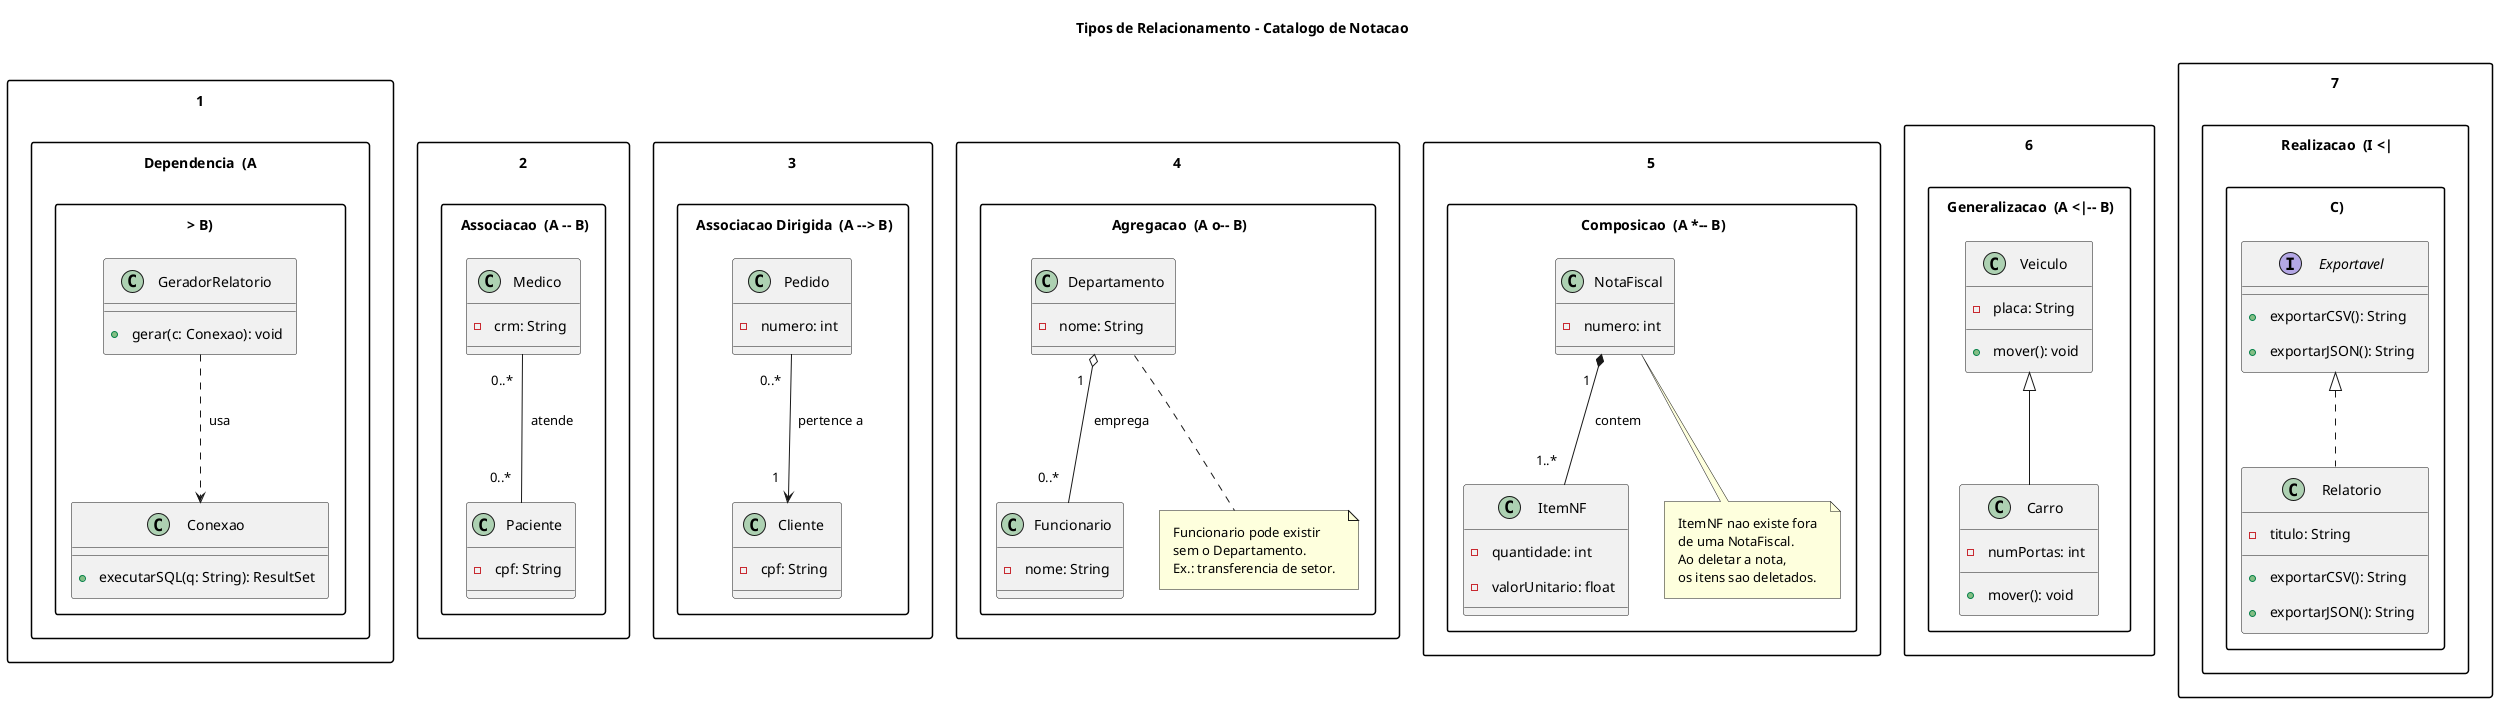
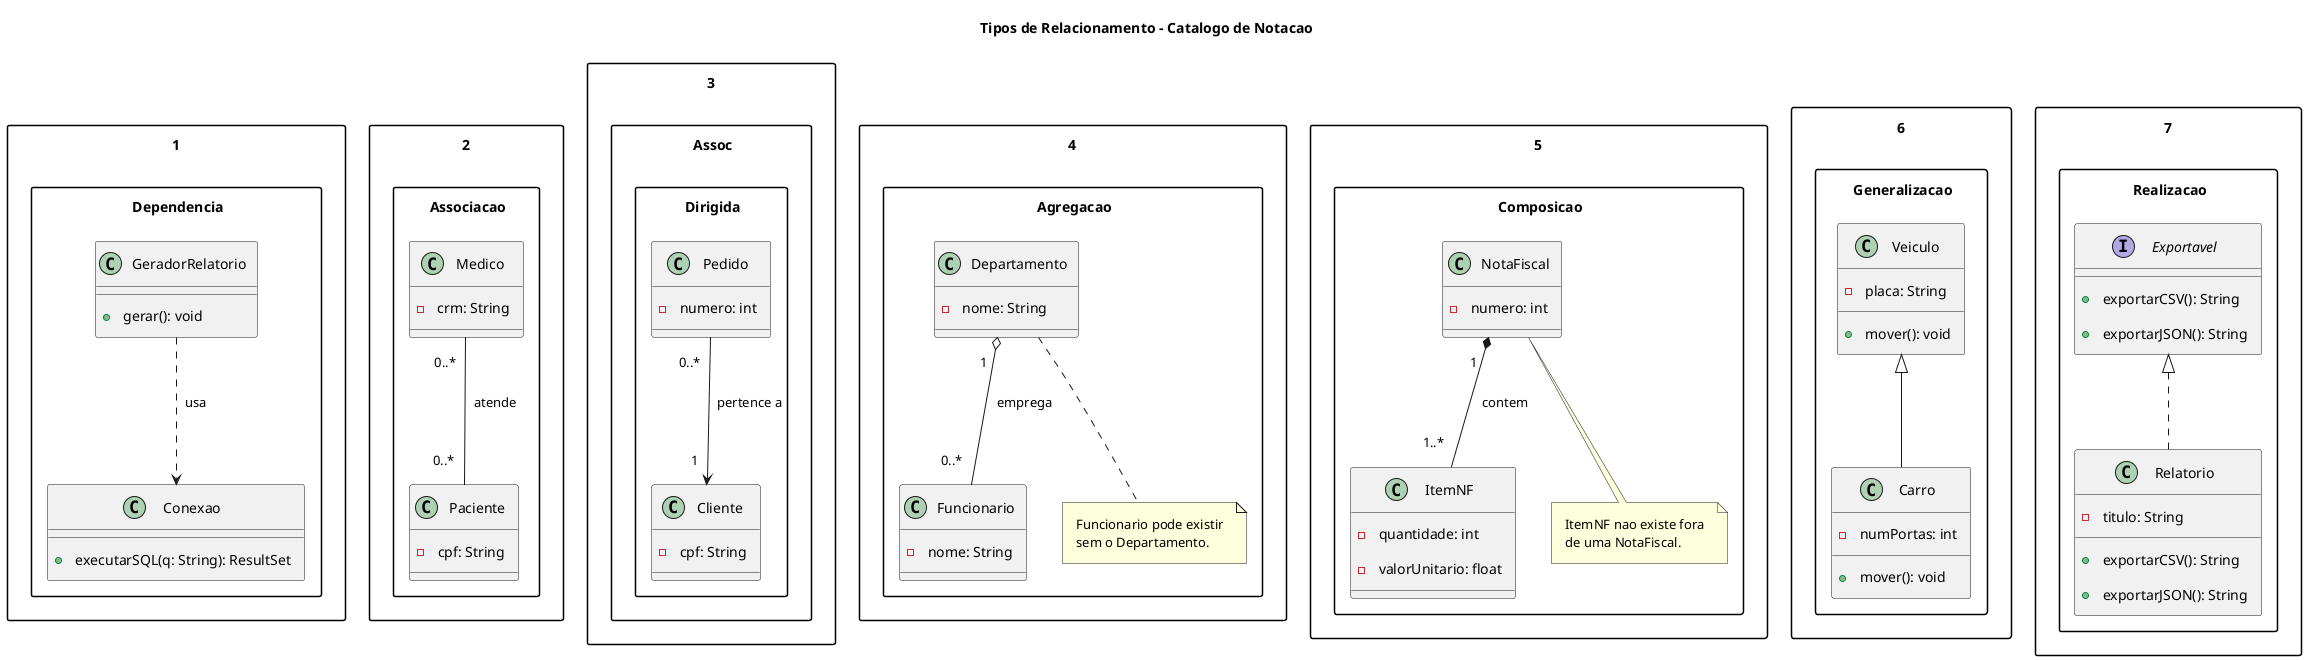
@startuml cls_relacionamentos
title Tipos de Relacionamento - Catalogo de Notacao

skinparam padding 8
skinparam packageStyle rectangle

' =============================================
' 1. DEPENDENCIA
' Notacao: A ..> B
- ' Semantica: A usa B temporariamente (parametro, variavel local).
+ ' Semantica: A usa B temporariamente.
'            Mudanca em B pode afetar A.
' =============================================
- package "1. Dependencia  (A ..> B)" {
+ package "1. Dependencia" {
    class GeradorRelatorio {
-         + gerar(c: Conexao): void
+         + gerar(): void
    }
    class Conexao {
        + executarSQL(q: String): ResultSet
    }
    GeradorRelatorio ..> Conexao : usa
}

' =============================================
' 2. ASSOCIACAO
' Notacao: A -- B  (bidirecional)
' Semantica: A e B se conhecem mutuamente.
- '            Ambos mantem referencia um ao outro.
' =============================================
- package "2. Associacao  (A -- B)" {
+ package "2. Associacao" {
    class Medico {
        - crm: String
    }
    class Paciente {
        - cpf: String
    }
    Medico "0..*" -- "0..*" Paciente : atende
}

' =============================================
' 3. ASSOCIACAO DIRIGIDA
' Notacao: A --> B  (unidirecional)
' Semantica: A conhece B, mas B nao conhece A.
- '            A mantem referencia a B.
' =============================================
- package "3. Associacao Dirigida  (A --> B)" {
+ package "3. Assoc. Dirigida" {
    class Pedido {
        - numero: int
    }
    class Cliente {
        - cpf: String
    }
    Pedido "0..*" --> "1" Cliente : pertence a
}

' =============================================
' 4. AGREGACAO
' Notacao: A o-- B  (diamante vazio em A)
' Semantica: B e parte de A, mas pode existir
'            independentemente de A.
- '            Ciclos de vida independentes.
' =============================================
- package "4. Agregacao  (A o-- B)" {
+ package "4. Agregacao" {
    class Departamento {
        - nome: String
    }
    class Funcionario {
        - nome: String
    }
    note bottom of Departamento
      Funcionario pode existir
      sem o Departamento.
-       Ex.: transferencia de setor.
    end note
    Departamento "1" o-- "0..*" Funcionario : emprega
}

' =============================================
' 5. COMPOSICAO
' Notacao: A *-- B  (diamante cheio em A)
- ' Semantica: B e parte essencial de A.
- '            B nao pode existir sem A.
+ ' Semantica: B nao pode existir sem A.
'            Ciclos de vida compartilhados.
' =============================================
- package "5. Composicao  (A *-- B)" {
+ package "5. Composicao" {
    class NotaFiscal {
        - numero: int
    }
    class ItemNF {
        - quantidade: int
        - valorUnitario: float
    }
    note bottom of NotaFiscal
      ItemNF nao existe fora
      de uma NotaFiscal.
-       Ao deletar a nota,
-       os itens sao deletados.
    end note
    NotaFiscal "1" *-- "1..*" ItemNF : contem
}

' =============================================
' 6. GENERALIZACAO (HERANCA)
- ' Notacao: A <|-- B  (triangulo vazio aponta para A)
+ ' Notacao: A <|-- B
' Semantica: B e um tipo especializado de A.
'            B herda atributos e metodos de A.
- '            Relacao "e um" (is-a).
' =============================================
- package "6. Generalizacao  (A <|-- B)" {
+ package "6. Generalizacao" {
    class Veiculo {
        - placa: String
        + mover(): void
    }
    class Carro {
        - numPortas: int
        + mover(): void
    }
    Veiculo <|-- Carro
}

' =============================================
' 7. REALIZACAO (INTERFACE)
- ' Notacao: A <|.. B  (triangulo vazio + linha tracejada)
- ' Semantica: B implementa o contrato definido
- '            pela interface A.
- '            Relacao "implementa" (implements).
+ ' Notacao: I <|.. C
+ ' Semantica: C implementa o contrato de I.
' =============================================
- package "7. Realizacao  (I <|.. C)" {
+ package "7. Realizacao" {
    interface Exportavel {
        + exportarCSV(): String
        + exportarJSON(): String
    }
    class Relatorio {
        - titulo: String
        + exportarCSV(): String
        + exportarJSON(): String
    }
    Exportavel <|.. Relatorio
}

@enduml
